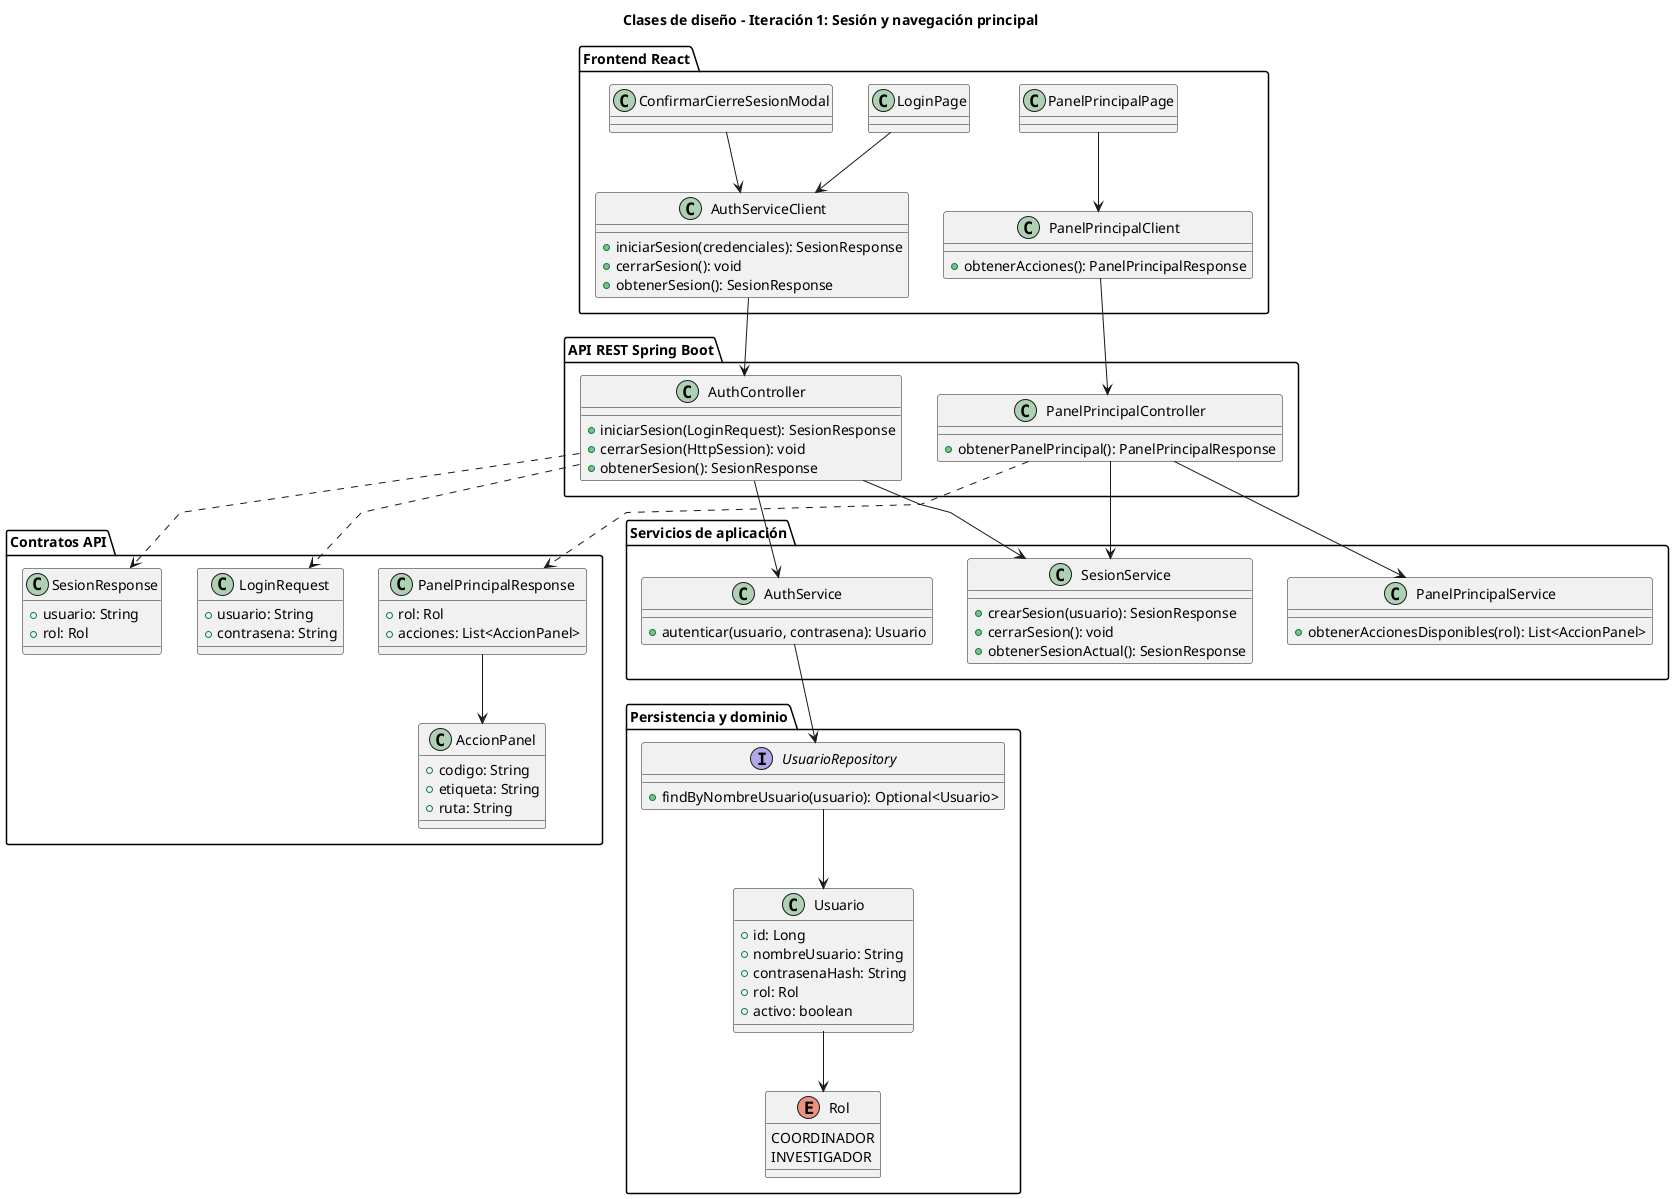
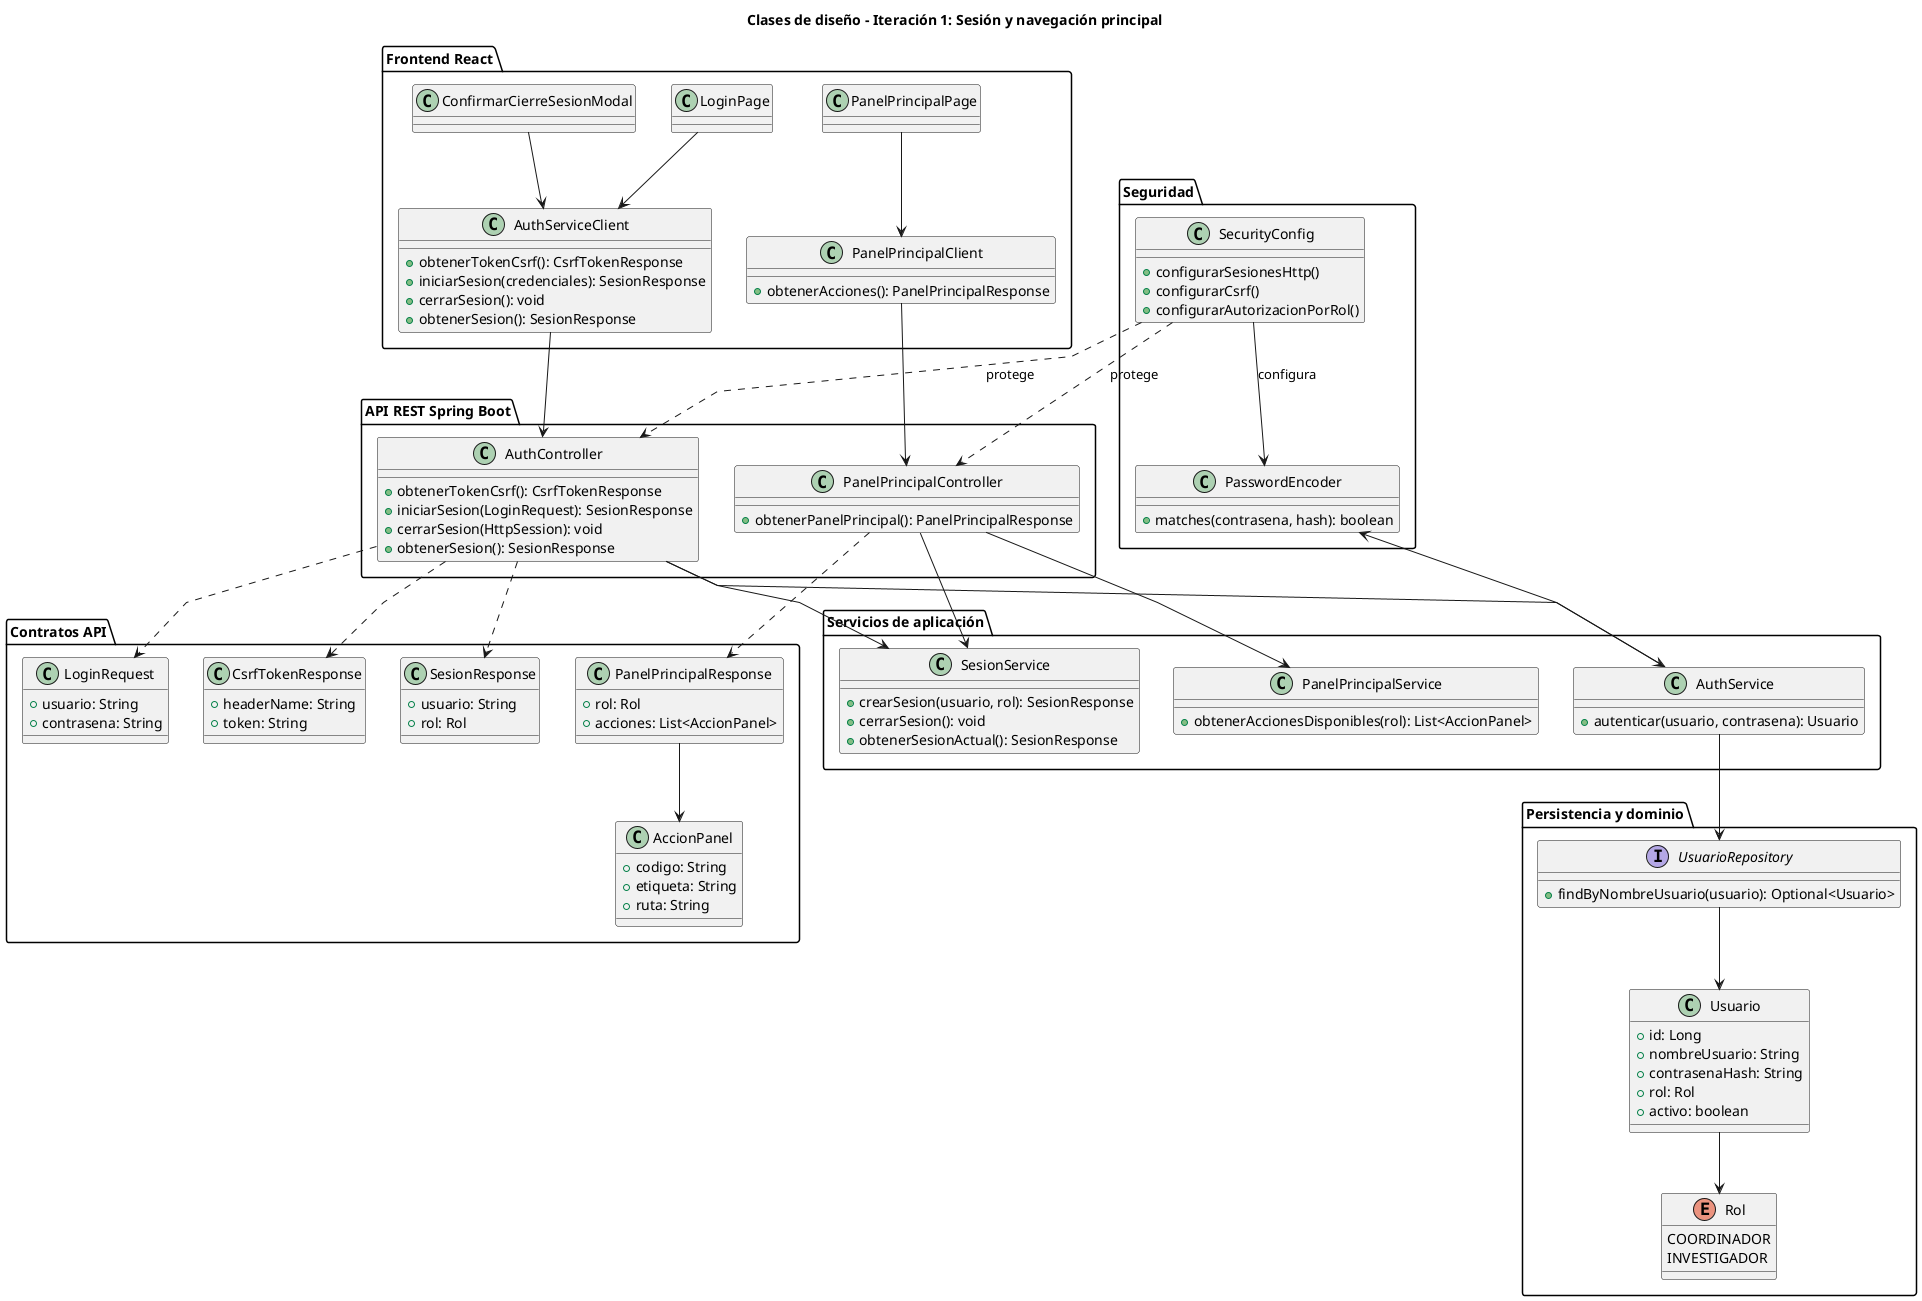
@startuml clases-diseño
skinparam linetype polyline

title Clases de diseño - Iteración 1: Sesión y navegación principal

package "Frontend React" {
    class LoginPage
    class PanelPrincipalPage
    class ConfirmarCierreSesionModal
    class AuthServiceClient {
+         +obtenerTokenCsrf(): CsrfTokenResponse
        +iniciarSesion(credenciales): SesionResponse
        +cerrarSesion(): void
        +obtenerSesion(): SesionResponse
    }
    class PanelPrincipalClient {
        +obtenerAcciones(): PanelPrincipalResponse
    }
}

package "API REST Spring Boot" {
    class AuthController {
+         +obtenerTokenCsrf(): CsrfTokenResponse
        +iniciarSesion(LoginRequest): SesionResponse
        +cerrarSesion(HttpSession): void
        +obtenerSesion(): SesionResponse
    }
    class PanelPrincipalController {
        +obtenerPanelPrincipal(): PanelPrincipalResponse
    }
}

package "Servicios de aplicación" {
    class AuthService {
        +autenticar(usuario, contrasena): Usuario
    }
    class SesionService {
-         +crearSesion(usuario): SesionResponse
+         +crearSesion(usuario, rol): SesionResponse
        +cerrarSesion(): void
        +obtenerSesionActual(): SesionResponse
    }
    class PanelPrincipalService {
        +obtenerAccionesDisponibles(rol): List<AccionPanel>
+     }
+ }
+ 
+ package "Seguridad" {
+     class SecurityConfig {
+         +configurarSesionesHttp()
+         +configurarCsrf()
+         +configurarAutorizacionPorRol()
+     }
+     class PasswordEncoder {
+         +matches(contrasena, hash): boolean
    }
}

package "Persistencia y dominio" {
    interface UsuarioRepository {
        +findByNombreUsuario(usuario): Optional<Usuario>
    }
    class Usuario {
        +id: Long
        +nombreUsuario: String
        +contrasenaHash: String
        +rol: Rol
        +activo: boolean
    }
    enum Rol {
        COORDINADOR
        INVESTIGADOR
    }
}

package "Contratos API" {
    class LoginRequest {
        +usuario: String
        +contrasena: String
+     }
+     class CsrfTokenResponse {
+         +headerName: String
+         +token: String
    }
    class SesionResponse {
        +usuario: String
        +rol: Rol
    }
    class PanelPrincipalResponse {
        +rol: Rol
        +acciones: List<AccionPanel>
    }
    class AccionPanel {
        +codigo: String
        +etiqueta: String
        +ruta: String
    }
}

LoginPage --> AuthServiceClient
PanelPrincipalPage --> PanelPrincipalClient
ConfirmarCierreSesionModal --> AuthServiceClient
AuthServiceClient --> AuthController
PanelPrincipalClient --> PanelPrincipalController
AuthController --> AuthService
AuthController --> SesionService
PanelPrincipalController --> SesionService
PanelPrincipalController --> PanelPrincipalService
AuthService --> UsuarioRepository
+ AuthService --> PasswordEncoder
+ SecurityConfig ..> AuthController : protege
+ SecurityConfig ..> PanelPrincipalController : protege
+ SecurityConfig --> PasswordEncoder : configura
UsuarioRepository --> Usuario
Usuario --> Rol
AuthController ..> LoginRequest
+ AuthController ..> CsrfTokenResponse
AuthController ..> SesionResponse
PanelPrincipalController ..> PanelPrincipalResponse
PanelPrincipalResponse --> AccionPanel

@enduml
- 
